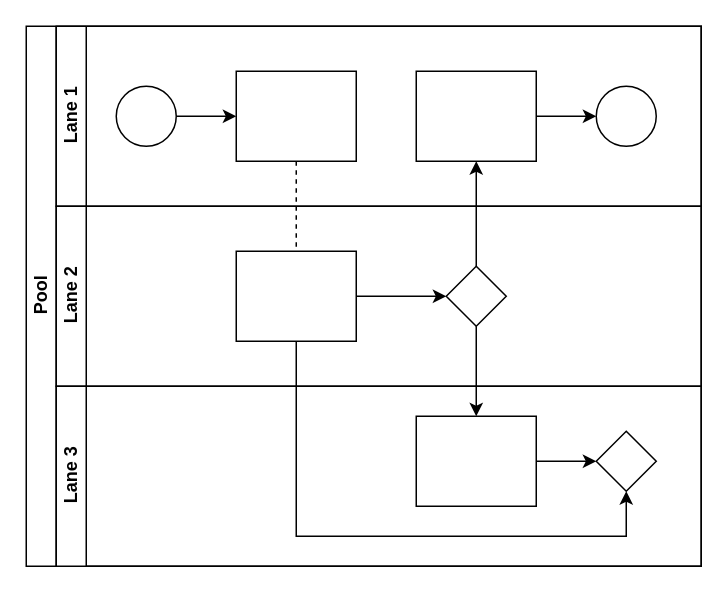
stounej/ahlanly keeps this draw.io diagram as Diagramme sans nom.drawio. Above is the earlier version. Source tidied: cells renumbered, new cells numbered last; positions are measured from the earlier drawing's top-left corner, leaving out a move shared by most shapes. Both pictures are drawn from the tidied source at 150%, with x=0, y=0 at pixel (26, 26).
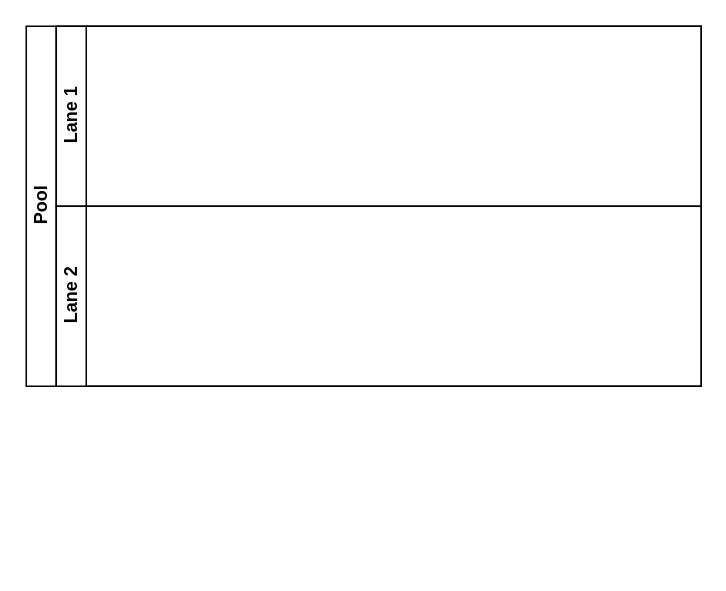
The same diagram, later.

Commit message (it also covers changes not shown here):
Mettre à jour Diagramme sans nom.drawio

Unchanged cells that the change refers to:
```xml
<mxCell id="7" value="Lane 1" style="swimlane;html=1;startSize=20;horizontal=0;" parent="2" vertex="1">
  <mxGeometry x="20" width="430" height="120" as="geometry" />
</mxCell>
<mxCell id="14" value="Lane 2" style="swimlane;html=1;startSize=20;horizontal=0;" parent="2" vertex="1">
  <mxGeometry x="20" y="120" width="430" height="120" as="geometry" />
</mxCell>
```

The edit, as a diff of the source:
```diff
@@
     <mxCell id="2" value="Pool" style="swimlane;html=1;horizontal=0;startSize=20;" parent="1" vertex="1">
-      <mxGeometry width="450" height="360" as="geometry" />
+      <mxGeometry width="450" height="240" as="geometry" />
     </mxCell>
-    <mxCell id="3" style="edgeStyle=orthogonalEdgeStyle;rounded=0;jettySize=auto;html=1;dashed=1;endArrow=none;endFill=0;" parent="2" edge="1" source="10" target="16">
-      <mxGeometry relative="1" as="geometry" />
-    </mxCell>
-    <mxCell id="4" style="edgeStyle=orthogonalEdgeStyle;rounded=0;jettySize=auto;html=1;endArrow=classic;endFill=1;" parent="2" edge="1" source="17" target="12">
-      <mxGeometry relative="1" as="geometry" />
-    </mxCell>
-    <mxCell id="5" style="edgeStyle=orthogonalEdgeStyle;rounded=0;jettySize=auto;html=1;endArrow=classic;endFill=1;" parent="2" edge="1" source="17" target="20">
-      <mxGeometry relative="1" as="geometry" />
-    </mxCell>
-    <mxCell id="6" style="edgeStyle=orthogonalEdgeStyle;rounded=0;jettySize=auto;html=1;endArrow=classic;endFill=1;" parent="2" edge="1" source="16" target="21">
-      <mxGeometry relative="1" as="geometry">
-        <Array as="points">
-          <mxPoint x="180" y="340" />
-          <mxPoint x="400" y="340" />
-        </Array>
-      </mxGeometry>
-    </mxCell>
@@
-    <mxCell id="8" style="edgeStyle=orthogonalEdgeStyle;rounded=0;jettySize=auto;html=1;" parent="7" edge="1" source="9" target="10">
-      <mxGeometry relative="1" as="geometry" />
-    </mxCell>
-    <mxCell id="9" style="ellipse;whiteSpace=wrap;html=1;" parent="7" vertex="1">
-      <mxGeometry x="40" y="40" width="40" height="40" as="geometry" />
-    </mxCell>
-    <mxCell id="10" style="rounded=0;whiteSpace=wrap;html=1;fontFamily=Helvetica;fontSize=12;fontColor=#000000;align=center;" parent="7" vertex="1">
-      <mxGeometry x="120" y="30" width="80" height="60" as="geometry" />
-    </mxCell>
-    <mxCell id="11" style="edgeStyle=orthogonalEdgeStyle;rounded=0;jettySize=auto;html=1;endArrow=classic;endFill=1;" parent="7" edge="1" source="12" target="13">
-      <mxGeometry relative="1" as="geometry" />
-    </mxCell>
-    <mxCell id="12" style="rounded=0;whiteSpace=wrap;html=1;fontFamily=Helvetica;fontSize=12;fontColor=#000000;align=center;" parent="7" vertex="1">
-      <mxGeometry x="240" y="30" width="80" height="60" as="geometry" />
-    </mxCell>
-    <mxCell id="13" style="ellipse;whiteSpace=wrap;html=1;" parent="7" vertex="1">
-      <mxGeometry x="360" y="40" width="40" height="40" as="geometry" />
-    </mxCell>
@@
-    <mxCell id="15" style="edgeStyle=orthogonalEdgeStyle;rounded=0;jettySize=auto;html=1;endArrow=classic;endFill=1;" parent="14" edge="1" source="16" target="17">
-      <mxGeometry relative="1" as="geometry" />
-    </mxCell>
-    <mxCell id="16" style="rounded=0;whiteSpace=wrap;html=1;fontFamily=Helvetica;fontSize=12;fontColor=#000000;align=center;" parent="14" vertex="1">
-      <mxGeometry x="120" y="30" width="80" height="60" as="geometry" />
-    </mxCell>
-    <mxCell id="17" style="rhombus;whiteSpace=wrap;html=1;fontFamily=Helvetica;fontSize=12;fontColor=#000000;align=center;" parent="14" vertex="1">
-      <mxGeometry x="260" y="40" width="40" height="40" as="geometry" />
-    </mxCell>
-    <mxCell id="18" value="Lane 3" style="swimlane;html=1;startSize=20;horizontal=0;" parent="2" vertex="1">
-      <mxGeometry x="20" y="240" width="430" height="120" as="geometry" />
-    </mxCell>
-    <mxCell id="19" style="edgeStyle=orthogonalEdgeStyle;rounded=0;jettySize=auto;html=1;endArrow=classic;endFill=1;" parent="18" edge="1" source="20" target="21">
-      <mxGeometry relative="1" as="geometry" />
-    </mxCell>
-    <mxCell id="20" style="rounded=0;whiteSpace=wrap;html=1;fontFamily=Helvetica;fontSize=12;fontColor=#000000;align=center;" parent="18" vertex="1">
-      <mxGeometry x="240" y="20" width="80" height="60" as="geometry" />
-    </mxCell>
-    <mxCell id="21" style="rhombus;whiteSpace=wrap;html=1;fontFamily=Helvetica;fontSize=12;fontColor=#000000;align=center;" parent="18" vertex="1">
-      <mxGeometry x="360" y="30" width="40" height="40" as="geometry" />
-    </mxCell>
```
